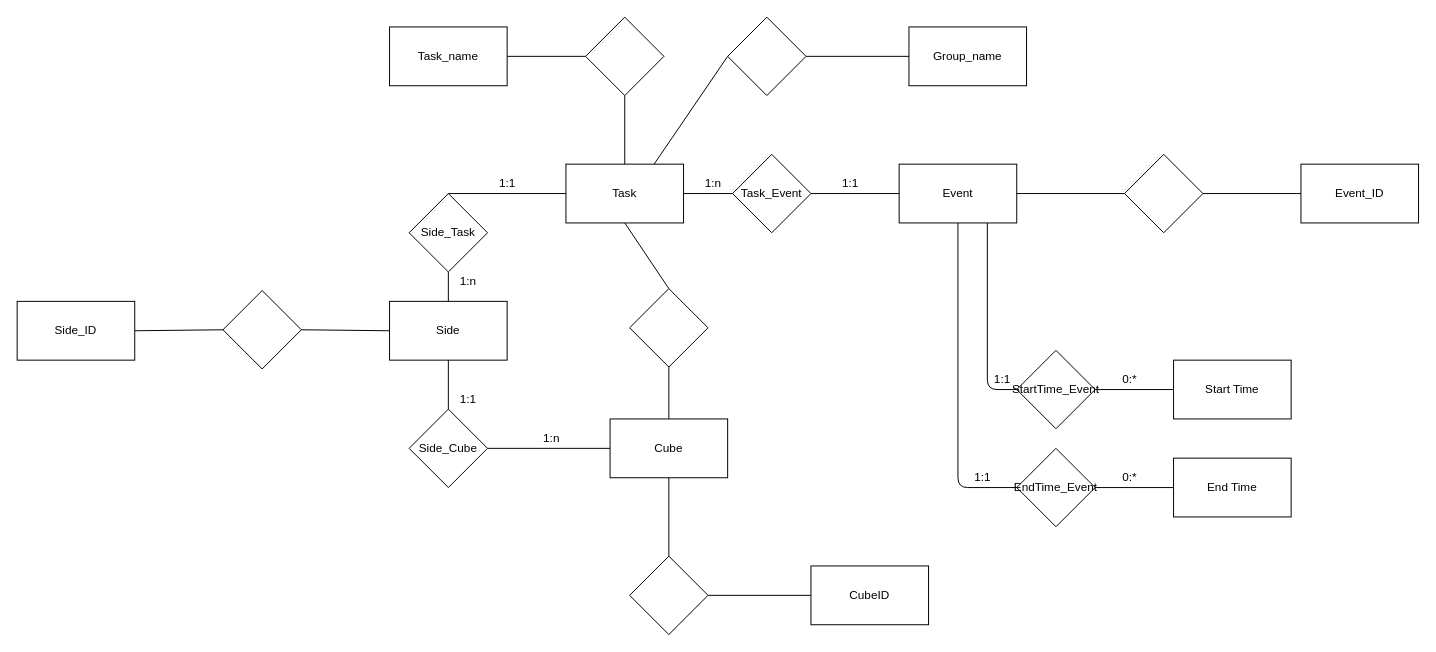
This is docs/source/images/drawio/Database.drawio from Andrew001207/CubeX, a draw.io file, before an edit. Source tidied: cells renumbered, new cells numbered last; positions are measured from the earlier drawing's top-left corner, leaving out a move shared by most shapes. Both pictures are drawn from the tidied source at 98%, with x=0, y=0 at pixel (17, 17).
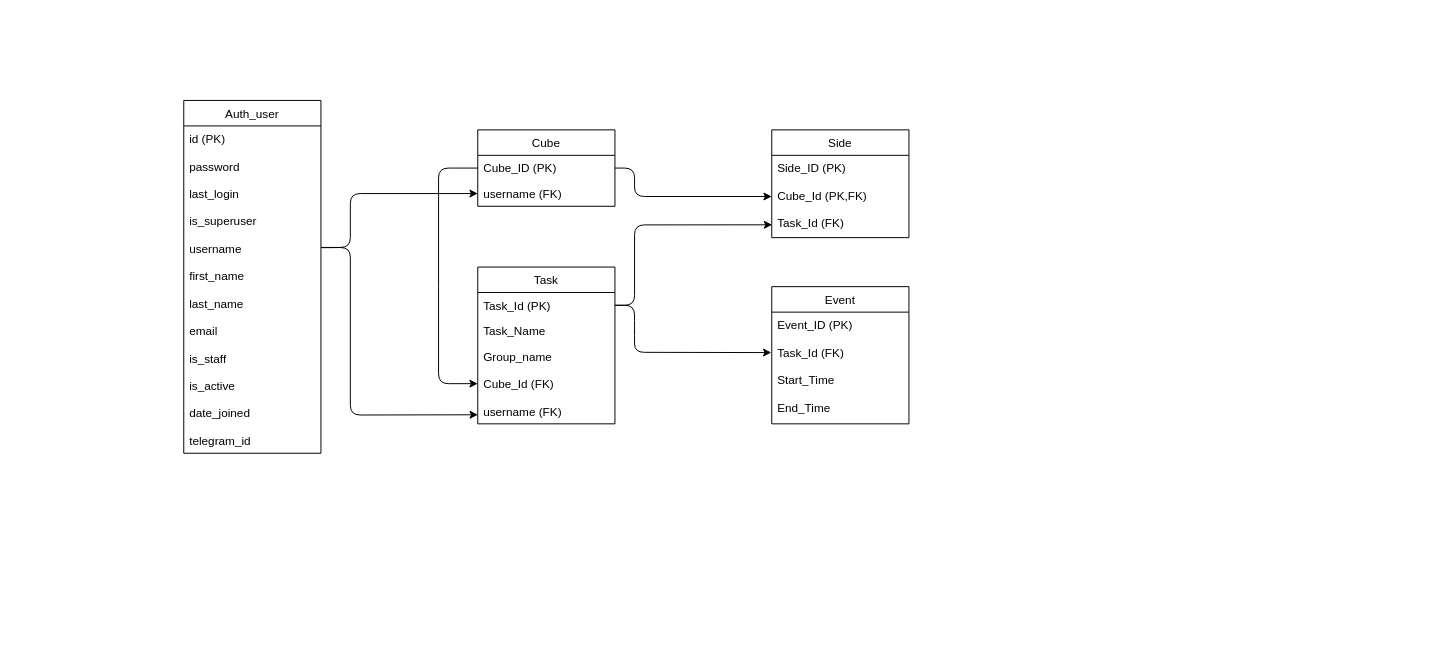
After the change.

The edit, as a diff of the source:
```diff
@@
-<mxGraphModel>
+<mxGraphModel background="#ffffff">
@@
+    <mxCell id="26" value="Cube" style="swimlane;fontStyle=0;horizontal=1;startSize=26;fillColor=none;" parent="1" vertex="1">
+      <mxGeometry x="470" y="115" width="140" height="78" as="geometry" />
+    </mxCell>
+    <mxCell id="56" value="Cube_ID (PK)&#10;&#10;" style="text;strokeColor=none;fillColor=none;align=left;verticalAlign=top;spacingLeft=4;spacingRight=4;overflow=hidden;points=[[0,0.5],[1,0.5]];portConstraint=eastwest;" parent="26" vertex="1">
+      <mxGeometry y="26" width="140" height="26" as="geometry" />
+    </mxCell>
+    <mxCell id="57" value="username (FK)" style="text;strokeColor=none;fillColor=none;align=left;verticalAlign=top;spacingLeft=4;spacingRight=4;overflow=hidden;points=[[0,0.5],[1,0.5]];portConstraint=eastwest;" parent="26" vertex="1">
+      <mxGeometry y="52" width="140" height="26" as="geometry" />
+    </mxCell>
-    <mxCell id="2" value="Task" style="rounded=0;whiteSpace=wrap;html=1;" parent="1" vertex="1">
-      <mxGeometry x="560" y="150" width="120" height="60" as="geometry" />
+    <mxCell id="2" value="Task" style="swimlane;fontStyle=0;horizontal=1;startSize=26;fillColor=none;" parent="1" vertex="1">
+      <mxGeometry x="470" y="255" width="140" height="160" as="geometry" />
     </mxCell>
-    <mxCell id="3" value="Start Time" style="rounded=0;whiteSpace=wrap;html=1;" parent="1" vertex="1">
-      <mxGeometry x="1180" y="350" width="120" height="60" as="geometry" />
-    </mxCell>
+    <mxCell id="58" value="Task_Id (PK)" style="text;strokeColor=none;fillColor=none;align=left;verticalAlign=top;spacingLeft=4;spacingRight=4;overflow=hidden;points=[[0,0.5],[1,0.5]];portConstraint=eastwest;" parent="2" vertex="1">
+      <mxGeometry y="26" width="140" height="26" as="geometry" />
+    </mxCell>
+    <mxCell id="59" value="Task_Name" style="text;strokeColor=none;fillColor=none;align=left;verticalAlign=top;spacingLeft=4;spacingRight=4;overflow=hidden;" parent="2" vertex="1">
+      <mxGeometry y="52" width="140" height="26" as="geometry" />
+    </mxCell>
+    <mxCell id="60" value="Group_name&#10;&#10;Cube_Id (FK)&#10;&#10;username (FK)" style="text;strokeColor=none;fillColor=none;align=left;verticalAlign=top;spacingLeft=4;spacingRight=4;overflow=hidden;points=[[0,0.5],[1,0.5]];portConstraint=eastwest;" parent="2" vertex="1">
+      <mxGeometry y="78" width="140" height="82" as="geometry" />
+    </mxCell>
+    <mxCell id="61" style="endArrow=classic;html=1;exitX=0;exitY=0.5;exitDx=0;exitDy=0;entryX=0;entryY=0.5;entryDx=0;entryDy=0;" parent="1" edge="1" source="56" target="60">
+      <mxGeometry relative="1" as="geometry">
+        <Array as="points">
+          <mxPoint x="430" y="154" />
+          <mxPoint x="430" y="265" />
+          <mxPoint x="430" y="374" />
+        </Array>
+      </mxGeometry>
+    </mxCell>
+    <mxCell id="62" value="Auth_user" style="swimlane;fontStyle=0;horizontal=1;startSize=26;fillColor=none;" parent="1" vertex="1">
+      <mxGeometry x="170" y="85" width="140" height="360" as="geometry" />
+    </mxCell>
+    <mxCell id="63" value="id (PK)&#10;&#10;password&#10;&#10;last_login&#10;&#10;is_superuser&#10;&#10;username&#10;&#10;first_name&#10;&#10;last_name&#10;&#10;email&#10;&#10;is_staff&#10;&#10;is_active&#10;&#10;date_joined&#10;&#10;telegram_id&#10;&#10;" style="text;strokeColor=none;fillColor=none;align=left;verticalAlign=top;spacingLeft=4;spacingRight=4;overflow=hidden;points=[[0,0.5],[1,0.5]];portConstraint=eastwest;" parent="62" vertex="1">
+      <mxGeometry y="26" width="140" height="334" as="geometry" />
+    </mxCell>
+    <mxCell id="64" style="endArrow=classic;html=1;entryX=0;entryY=0.5;entryDx=0;entryDy=0;" parent="1" edge="1" target="57">
+      <mxGeometry relative="1" as="geometry">
+        <mxPoint x="310" y="235" as="sourcePoint" />
+        <Array as="points">
+          <mxPoint x="340" y="235" />
+          <mxPoint x="340" y="180" />
+        </Array>
+      </mxGeometry>
+    </mxCell>
+    <mxCell id="65" style="endArrow=classic;html=1;exitX=1.006;exitY=0.372;exitDx=0;exitDy=0;exitPerimeter=0;entryX=0.001;entryY=0.887;entryDx=0;entryDy=0;entryPerimeter=0;" parent="1" edge="1" source="63" target="60">
+      <mxGeometry relative="1" as="geometry">
+        <Array as="points">
+          <mxPoint x="340" y="235" />
+          <mxPoint x="340" y="406" />
+        </Array>
+      </mxGeometry>
+    </mxCell>
-    <mxCell id="4" value="Event" style="rounded=0;whiteSpace=wrap;html=1;" parent="1" vertex="1">
-      <mxGeometry x="900" y="150" width="120" height="60" as="geometry" />
+    <mxCell id="4" value="Event" style="swimlane;fontStyle=0;horizontal=1;startSize=26;fillColor=none;" parent="1" vertex="1">
+      <mxGeometry x="770" y="275" width="140" height="140" as="geometry" />
     </mxCell>
-    <mxCell id="5" value="Task_Event" style="rhombus;whiteSpace=wrap;html=1;" parent="1" vertex="1">
-      <mxGeometry x="730" y="140" width="80" height="80" as="geometry" />
-    </mxCell>
-    <mxCell id="6" style="endArrow=none;html=1;entryX=0;entryY=0.5;entryDx=0;entryDy=0;" parent="1" edge="1" target="4">
-      <mxGeometry relative="1" as="geometry">
-        <mxPoint x="810" y="180" as="sourcePoint" />
-      </mxGeometry>
-    </mxCell>
-    <mxCell id="7" style="endArrow=none;html=1;entryX=0;entryY=0.5;entryDx=0;entryDy=0;exitX=1;exitY=0.5;exitDx=0;exitDy=0;" parent="1" edge="1" source="2" target="5">
-      <mxGeometry relative="1" as="geometry" />
-    </mxCell>
-    <mxCell id="8" value="End Time" style="rounded=0;whiteSpace=wrap;html=1;" parent="1" vertex="1">
-      <mxGeometry x="1180" y="450" width="120" height="60" as="geometry" />
-    </mxCell>
-    <mxCell id="9" value="StartTime_Event" style="rhombus;whiteSpace=wrap;html=1;" parent="1" vertex="1">
-      <mxGeometry x="1020" y="340" width="80" height="80" as="geometry" />
-    </mxCell>
-    <mxCell id="10" value="EndTime_Event" style="rhombus;whiteSpace=wrap;html=1;" parent="1" vertex="1">
-      <mxGeometry x="1020" y="440" width="80" height="80" as="geometry" />
-    </mxCell>
-    <mxCell id="11" value="Event_ID" style="rounded=0;whiteSpace=wrap;html=1;" parent="1" vertex="1">
-      <mxGeometry x="1310" y="150" width="120" height="60" as="geometry" />
-    </mxCell>
-    <mxCell id="12" value="CubeID" style="rounded=0;whiteSpace=wrap;html=1;" parent="1" vertex="1">
-      <mxGeometry x="810" y="560" width="120" height="60" as="geometry" />
-    </mxCell>
-    <mxCell id="13" style="rhombus;whiteSpace=wrap;html=1;" parent="1" vertex="1">
-      <mxGeometry x="1130" y="140" width="80" height="80" as="geometry" />
-    </mxCell>
-    <mxCell id="14" style="endArrow=none;html=1;exitX=1;exitY=0.5;exitDx=0;exitDy=0;" parent="1" edge="1" source="4" target="13">
-      <mxGeometry relative="1" as="geometry" />
-    </mxCell>
-    <mxCell id="15" value="Task_name" style="rounded=0;whiteSpace=wrap;html=1;" parent="1" vertex="1">
-      <mxGeometry x="380" y="10" width="120" height="60" as="geometry" />
-    </mxCell>
-    <mxCell id="16" style="rhombus;whiteSpace=wrap;html=1;" parent="1" vertex="1">
-      <mxGeometry x="580" width="80" height="80" as="geometry" />
-    </mxCell>
-    <mxCell id="17" style="endArrow=none;html=1;entryX=0;entryY=0.5;entryDx=0;entryDy=0;exitX=1;exitY=0.5;exitDx=0;exitDy=0;" parent="1" edge="1" source="15" target="16">
-      <mxGeometry relative="1" as="geometry" />
-    </mxCell>
-    <mxCell id="18" style="endArrow=none;html=1;entryX=0.5;entryY=1;entryDx=0;entryDy=0;exitX=0.5;exitY=0;exitDx=0;exitDy=0;" parent="1" edge="1" source="2" target="16">
-      <mxGeometry relative="1" as="geometry" />
-    </mxCell>
-    <mxCell id="19" value="1:n" style="text;html=1;align=center;verticalAlign=middle;" parent="1" vertex="1">
-      <mxGeometry x="695" y="160" width="30" height="20" as="geometry" />
-    </mxCell>
-    <mxCell id="20" value="1:1" style="text;html=1;align=center;verticalAlign=middle;" parent="1" vertex="1">
-      <mxGeometry x="835" y="160" width="30" height="20" as="geometry" />
-    </mxCell>
-    <mxCell id="21" value="1:1" style="text;html=1;align=center;verticalAlign=middle;" parent="1" vertex="1">
-      <mxGeometry x="990" y="360" width="30" height="20" as="geometry" />
-    </mxCell>
-    <mxCell id="22" value="1:1" style="text;html=1;align=center;verticalAlign=middle;" parent="1" vertex="1">
-      <mxGeometry x="970" y="460" width="30" height="20" as="geometry" />
-    </mxCell>
-    <mxCell id="23" value="0:*" style="text;html=1;align=center;verticalAlign=middle;" parent="1" vertex="1">
-      <mxGeometry x="1120" y="360" width="30" height="20" as="geometry" />
-    </mxCell>
-    <mxCell id="24" value="0:*" style="text;html=1;align=center;verticalAlign=middle;" parent="1" vertex="1">
-      <mxGeometry x="1120" y="460" width="30" height="20" as="geometry" />
-    </mxCell>
+    <mxCell id="66" value="Event_ID (PK)&#10;&#10;Task_Id (FK)&#10;&#10;Start_Time&#10;&#10;End_Time" style="text;strokeColor=none;fillColor=none;align=left;verticalAlign=top;spacingLeft=4;spacingRight=4;overflow=hidden;points=[[0,0.5],[1,0.5]];portConstraint=eastwest;" parent="4" vertex="1">
+      <mxGeometry y="26" width="140" height="114" as="geometry" />
+    </mxCell>
+    <mxCell id="67" style="endArrow=classic;html=1;exitX=1;exitY=0.5;exitDx=0;exitDy=0;entryX=-0.003;entryY=0.362;entryDx=0;entryDy=0;entryPerimeter=0;" parent="1" edge="1" source="58" target="66">
+      <mxGeometry relative="1" as="geometry">
+        <Array as="points">
+          <mxPoint x="630" y="294" />
+          <mxPoint x="630" y="315" />
+          <mxPoint x="630" y="342" />
+        </Array>
+      </mxGeometry>
+    </mxCell>
-    <mxCell id="25" value="Side&lt;br&gt;" style="rounded=0;whiteSpace=wrap;html=1;" parent="1" vertex="1">
-      <mxGeometry x="380" y="290" width="120" height="60" as="geometry" />
+    <mxCell id="25" value="Side" style="swimlane;fontStyle=0;horizontal=1;startSize=26;fillColor=none;" parent="1" vertex="1">
+      <mxGeometry x="770" y="115" width="140" height="110" as="geometry" />
     </mxCell>
-    <mxCell id="26" value="Cube" style="rounded=0;whiteSpace=wrap;html=1;" parent="1" vertex="1">
-      <mxGeometry x="605" y="410" width="120" height="60" as="geometry" />
-    </mxCell>
-    <mxCell id="27" style="rhombus;whiteSpace=wrap;html=1;" parent="1" vertex="1">
-      <mxGeometry x="625" y="550" width="80" height="80" as="geometry" />
-    </mxCell>
-    <mxCell id="28" style="endArrow=none;html=1;entryX=0.5;entryY=0;entryDx=0;entryDy=0;" parent="1" edge="1" source="26" target="27">
-      <mxGeometry relative="1" as="geometry" />
-    </mxCell>
-    <mxCell id="29" style="endArrow=none;html=1;entryX=0;entryY=0.5;entryDx=0;entryDy=0;exitX=1;exitY=0.5;exitDx=0;exitDy=0;" parent="1" edge="1" source="27" target="12">
-      <mxGeometry relative="1" as="geometry" />
-    </mxCell>
-    <mxCell id="30" value="Side_Cube" style="rhombus;whiteSpace=wrap;html=1;" parent="1" vertex="1">
-      <mxGeometry x="400" y="400" width="80" height="80" as="geometry" />
-    </mxCell>
-    <mxCell id="31" style="endArrow=none;html=1;entryX=0.5;entryY=1;entryDx=0;entryDy=0;" parent="1" edge="1" source="30" target="25">
-      <mxGeometry relative="1" as="geometry" />
-    </mxCell>
-    <mxCell id="32" style="endArrow=none;html=1;entryX=1;entryY=0.5;entryDx=0;entryDy=0;exitX=0;exitY=0.5;exitDx=0;exitDy=0;" parent="1" edge="1" source="26" target="30">
-      <mxGeometry relative="1" as="geometry" />
-    </mxCell>
-    <mxCell id="33" value="Side_Task" style="rhombus;whiteSpace=wrap;html=1;" parent="1" vertex="1">
-      <mxGeometry x="400" y="180" width="80" height="80" as="geometry" />
-    </mxCell>
-    <mxCell id="34" style="endArrow=none;html=1;exitX=0.5;exitY=0;exitDx=0;exitDy=0;entryX=0;entryY=0.5;entryDx=0;entryDy=0;" parent="1" edge="1" source="33" target="2">
-      <mxGeometry relative="1" as="geometry" />
-    </mxCell>
-    <mxCell id="35" style="endArrow=none;html=1;entryX=0.5;entryY=1;entryDx=0;entryDy=0;exitX=0.5;exitY=0;exitDx=0;exitDy=0;" parent="1" edge="1" source="25" target="33">
-      <mxGeometry relative="1" as="geometry" />
-    </mxCell>
-    <mxCell id="36" value="1:1" style="text;html=1;align=center;verticalAlign=middle;" parent="1" vertex="1">
-      <mxGeometry x="445" y="380" width="30" height="20" as="geometry" />
-    </mxCell>
-    <mxCell id="37" value="1:n" style="text;html=1;align=center;verticalAlign=middle;" parent="1" vertex="1">
-      <mxGeometry x="530" y="420" width="30" height="20" as="geometry" />
-    </mxCell>
-    <mxCell id="38" value="1:n" style="text;html=1;align=center;verticalAlign=middle;" parent="1" vertex="1">
-      <mxGeometry x="445" y="260" width="30" height="20" as="geometry" />
-    </mxCell>
-    <mxCell id="39" value="1:1" style="text;html=1;align=center;verticalAlign=middle;" parent="1" vertex="1">
-      <mxGeometry x="485" y="160" width="30" height="20" as="geometry" />
-    </mxCell>
-    <mxCell id="40" value="Group_name" style="rounded=0;whiteSpace=wrap;html=1;" parent="1" vertex="1">
-      <mxGeometry x="910" y="10" width="120" height="60" as="geometry" />
-    </mxCell>
-    <mxCell id="41" style="rhombus;whiteSpace=wrap;html=1;" parent="1" vertex="1">
-      <mxGeometry x="725" width="80" height="80" as="geometry" />
-    </mxCell>
-    <mxCell id="42" style="endArrow=none;html=1;entryX=0;entryY=0.5;entryDx=0;entryDy=0;exitX=0.75;exitY=0;exitDx=0;exitDy=0;" parent="1" edge="1" source="2" target="41">
-      <mxGeometry relative="1" as="geometry" />
-    </mxCell>
-    <mxCell id="43" style="endArrow=none;html=1;exitX=0.5;exitY=0;exitDx=0;exitDy=0;entryX=0.5;entryY=1;entryDx=0;entryDy=0;" parent="1" edge="1" source="26" target="55">
-      <mxGeometry relative="1" as="geometry" />
-    </mxCell>
-    <mxCell id="44" style="endArrow=none;html=1;entryX=0.75;entryY=1;entryDx=0;entryDy=0;exitX=0;exitY=0.5;exitDx=0;exitDy=0;" parent="1" edge="1" source="9" target="4">
-      <mxGeometry relative="1" as="geometry">
-        <Array as="points">
-          <mxPoint x="990" y="380" />
-        </Array>
-      </mxGeometry>
-    </mxCell>
-    <mxCell id="45" style="endArrow=none;html=1;entryX=0.5;entryY=1;entryDx=0;entryDy=0;exitX=0;exitY=0.5;exitDx=0;exitDy=0;" parent="1" edge="1" source="10" target="4">
-      <mxGeometry relative="1" as="geometry">
-        <Array as="points">
-          <mxPoint x="960" y="480" />
-        </Array>
-      </mxGeometry>
-    </mxCell>
-    <mxCell id="46" style="endArrow=none;html=1;exitX=1;exitY=0.5;exitDx=0;exitDy=0;entryX=0;entryY=0.5;entryDx=0;entryDy=0;" parent="1" edge="1" source="9" target="3">
-      <mxGeometry relative="1" as="geometry" />
-    </mxCell>
-    <mxCell id="47" style="endArrow=none;html=1;exitX=1;exitY=0.5;exitDx=0;exitDy=0;entryX=0;entryY=0.5;entryDx=0;entryDy=0;" parent="1" edge="1" source="10" target="8">
-      <mxGeometry relative="1" as="geometry" />
-    </mxCell>
-    <mxCell id="48" style="endArrow=none;html=1;exitX=1;exitY=0.5;exitDx=0;exitDy=0;entryX=0;entryY=0.5;entryDx=0;entryDy=0;" parent="1" edge="1" source="41" target="40">
-      <mxGeometry relative="1" as="geometry" />
-    </mxCell>
-    <mxCell id="49" value="Side_ID" style="rounded=0;whiteSpace=wrap;html=1;" parent="1" vertex="1">
-      <mxGeometry y="290" width="120" height="60" as="geometry" />
-    </mxCell>
-    <mxCell id="50" style="rhombus;whiteSpace=wrap;html=1;" parent="1" vertex="1">
-      <mxGeometry x="210" y="279" width="80" height="80" as="geometry" />
-    </mxCell>
-    <mxCell id="51" style="endArrow=none;html=1;exitX=1;exitY=0.5;exitDx=0;exitDy=0;entryX=0;entryY=0.5;entryDx=0;entryDy=0;" parent="1" edge="1" source="50" target="25">
-      <mxGeometry relative="1" as="geometry" />
-    </mxCell>
-    <mxCell id="52" style="endArrow=none;html=1;exitX=1;exitY=0.5;exitDx=0;exitDy=0;entryX=0;entryY=0.5;entryDx=0;entryDy=0;" parent="1" edge="1" source="49" target="50">
-      <mxGeometry relative="1" as="geometry" />
-    </mxCell>
-    <mxCell id="53" style="endArrow=none;html=1;exitX=1;exitY=0.5;exitDx=0;exitDy=0;entryX=0;entryY=0.5;entryDx=0;entryDy=0;" parent="1" edge="1" source="13" target="11">
-      <mxGeometry relative="1" as="geometry" />
-    </mxCell>
-    <mxCell id="54" style="endArrow=none;html=1;entryX=0.5;entryY=1;entryDx=0;entryDy=0;exitX=0.5;exitY=0;exitDx=0;exitDy=0;" parent="1" edge="1" source="55" target="2">
-      <mxGeometry relative="1" as="geometry" />
-    </mxCell>
-    <mxCell id="55" style="rhombus;whiteSpace=wrap;html=1;" parent="1" vertex="1">
-      <mxGeometry x="625" y="277" width="80" height="80" as="geometry" />
-    </mxCell>
+    <mxCell id="68" value="Side_ID (PK)&#10;&#10;Cube_Id (PK,FK)&#10;&#10;Task_Id (FK)&#10;&#10;" style="text;strokeColor=none;fillColor=none;align=left;verticalAlign=top;spacingLeft=4;spacingRight=4;overflow=hidden;points=[[0,0.5],[1,0.5]];portConstraint=eastwest;" parent="25" vertex="1">
+      <mxGeometry y="26" width="140" height="84" as="geometry" />
+    </mxCell>
+    <mxCell id="69" style="endArrow=classic;html=1;exitX=1;exitY=0.5;exitDx=0;exitDy=0;entryX=0.003;entryY=0.844;entryDx=0;entryDy=0;entryPerimeter=0;" parent="1" edge="1" source="58" target="68">
+      <mxGeometry relative="1" as="geometry">
+        <Array as="points">
+          <mxPoint x="630" y="294" />
+          <mxPoint x="630" y="212" />
+        </Array>
+      </mxGeometry>
+    </mxCell>
+    <mxCell id="70" style="endArrow=classic;html=1;exitX=1;exitY=0.5;exitDx=0;exitDy=0;entryX=0;entryY=0.5;entryDx=0;entryDy=0;" parent="1" edge="1" source="56" target="68">
+      <mxGeometry relative="1" as="geometry">
+        <Array as="points">
+          <mxPoint x="630" y="154" />
+          <mxPoint x="630" y="183" />
+        </Array>
+      </mxGeometry>
+    </mxCell>
```
